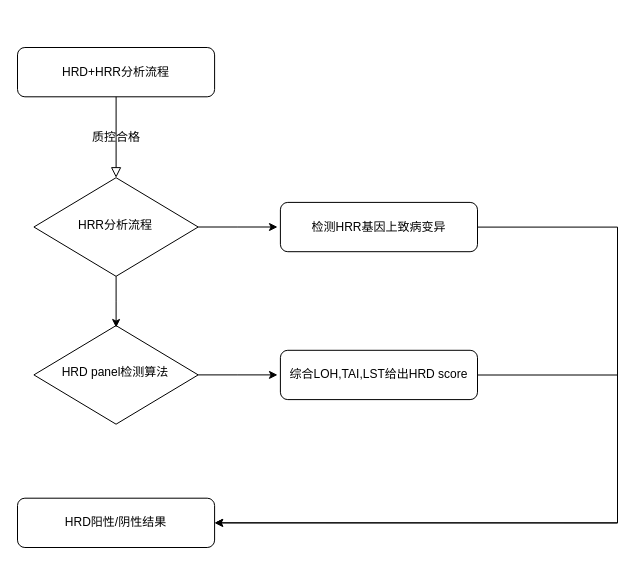
Earlier version of the draw.io diagram maijingd Diagram.drawio (kkshaxqd/pipline_contral). Source tidied: cells renumbered, new cells numbered last; positions are measured from the earlier drawing's top-left corner, leaving out a move shared by most shapes. Both pictures are drawn from the tidied source at 100%, with x=0, y=0 at pixel (17, 17).
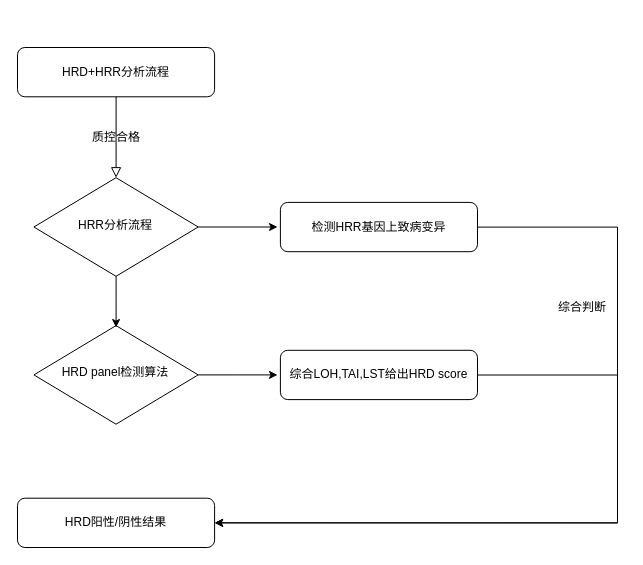
After the change.

Diff of the diagram source:
```diff
@@
+    <mxCell id="16" value="综合判断" style="text;html=1;strokeColor=none;fillColor=none;align=center;verticalAlign=middle;whiteSpace=wrap;rounded=0;" parent="1" vertex="1">
+      <mxGeometry x="530" y="280" width="70" height="20" as="geometry" />
+    </mxCell>
```
